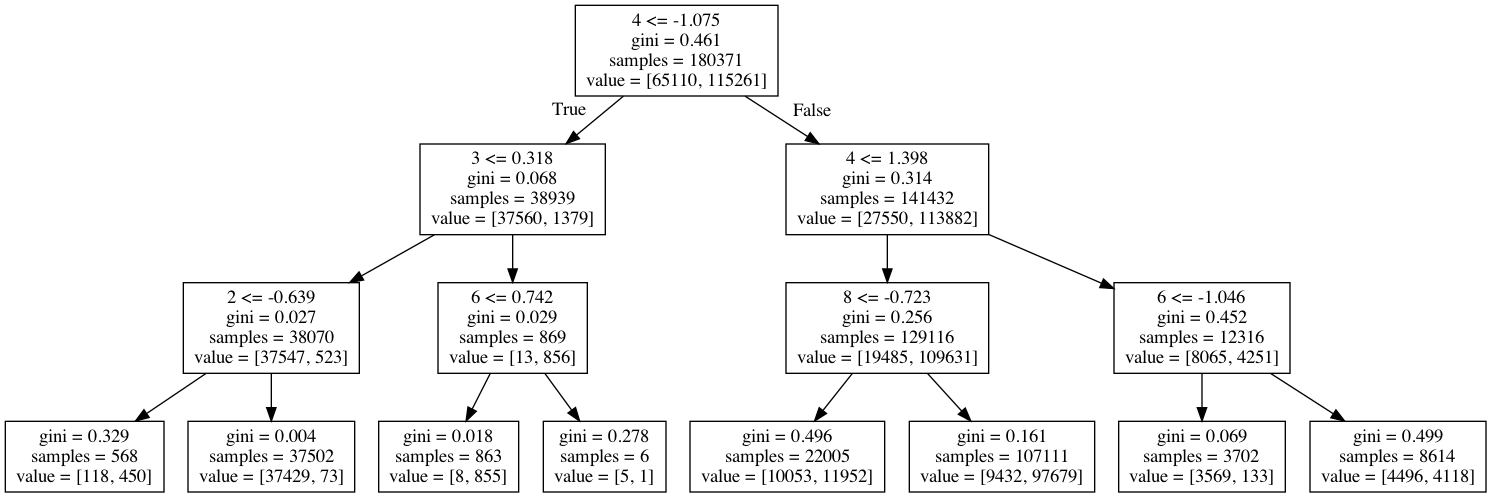
Earlier version of the Graphviz export 5.ML_Models/baseline/images/decisionTree_pca.png (divyaKh/CMPE255Project). Its source is kept beside it as 5.ML_Models/baseline/images/decisionTree_pca.dot. The source it was exported from:
```dot
digraph Tree {
node [shape=box] ;
0 [label="4 <= -1.075\ngini = 0.461\nsamples = 180371\nvalue = [65110, 115261]"] ;
1 [label="3 <= 0.318\ngini = 0.068\nsamples = 38939\nvalue = [37560, 1379]"] ;
0 -> 1 [labeldistance=2.5, labelangle=45, headlabel="True"] ;
2 [label="2 <= -0.639\ngini = 0.027\nsamples = 38070\nvalue = [37547, 523]"] ;
1 -> 2 ;
3 [label="gini = 0.329\nsamples = 568\nvalue = [118, 450]"] ;
2 -> 3 ;
4 [label="gini = 0.004\nsamples = 37502\nvalue = [37429, 73]"] ;
2 -> 4 ;
5 [label="6 <= 0.742\ngini = 0.029\nsamples = 869\nvalue = [13, 856]"] ;
1 -> 5 ;
6 [label="gini = 0.018\nsamples = 863\nvalue = [8, 855]"] ;
5 -> 6 ;
7 [label="gini = 0.278\nsamples = 6\nvalue = [5, 1]"] ;
5 -> 7 ;
8 [label="4 <= 1.398\ngini = 0.314\nsamples = 141432\nvalue = [27550, 113882]"] ;
0 -> 8 [labeldistance=2.5, labelangle=-45, headlabel="False"] ;
9 [label="8 <= -0.723\ngini = 0.256\nsamples = 129116\nvalue = [19485, 109631]"] ;
8 -> 9 ;
10 [label="gini = 0.496\nsamples = 22005\nvalue = [10053, 11952]"] ;
9 -> 10 ;
11 [label="gini = 0.161\nsamples = 107111\nvalue = [9432, 97679]"] ;
9 -> 11 ;
12 [label="6 <= -1.046\ngini = 0.452\nsamples = 12316\nvalue = [8065, 4251]"] ;
8 -> 12 ;
13 [label="gini = 0.069\nsamples = 3702\nvalue = [3569, 133]"] ;
12 -> 13 ;
14 [label="gini = 0.499\nsamples = 8614\nvalue = [4496, 4118]"] ;
12 -> 14 ;
}
```
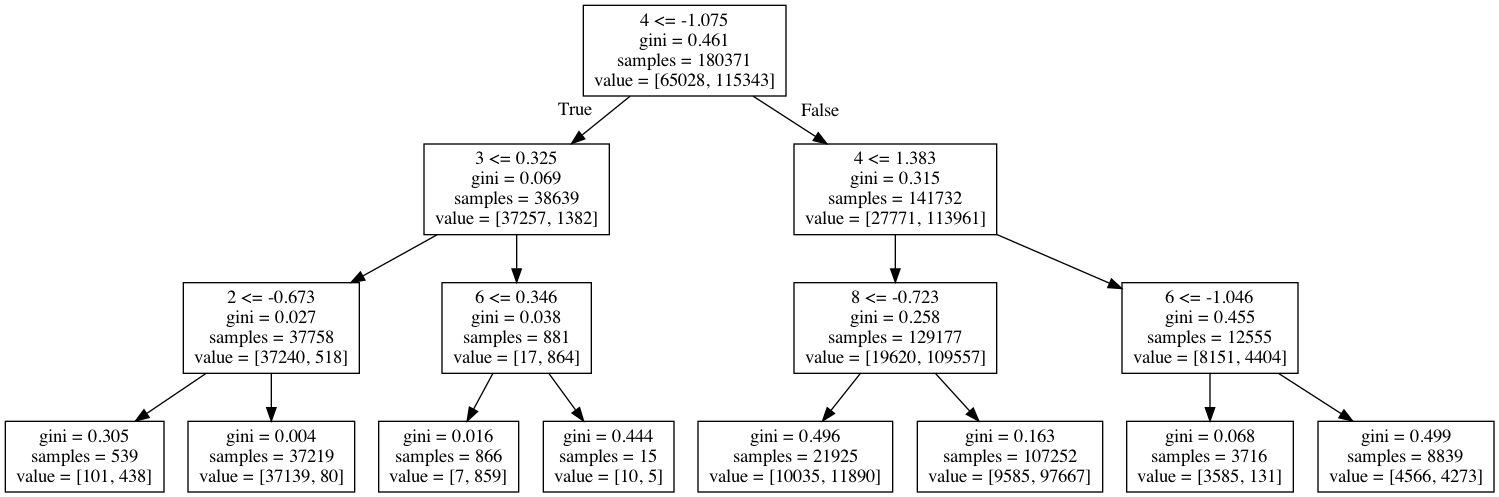
The same diagram one commit later.

The edit, as a diff of the source:
```diff
@@ -1,32 +1,32 @@
 digraph Tree {
 node [shape=box] ;
-0 [label="4 <= -1.075\ngini = 0.461\nsamples = 180371\nvalue = [65110, 115261]"] ;
-1 [label="3 <= 0.318\ngini = 0.068\nsamples = 38939\nvalue = [37560, 1379]"] ;
+0 [label="4 <= -1.075\ngini = 0.461\nsamples = 180371\nvalue = [65028, 115343]"] ;
+1 [label="3 <= 0.325\ngini = 0.069\nsamples = 38639\nvalue = [37257, 1382]"] ;
 0 -> 1 [labeldistance=2.5, labelangle=45, headlabel="True"] ;
-2 [label="2 <= -0.639\ngini = 0.027\nsamples = 38070\nvalue = [37547, 523]"] ;
+2 [label="2 <= -0.673\ngini = 0.027\nsamples = 37758\nvalue = [37240, 518]"] ;
 1 -> 2 ;
-3 [label="gini = 0.329\nsamples = 568\nvalue = [118, 450]"] ;
+3 [label="gini = 0.305\nsamples = 539\nvalue = [101, 438]"] ;
 2 -> 3 ;
-4 [label="gini = 0.004\nsamples = 37502\nvalue = [37429, 73]"] ;
+4 [label="gini = 0.004\nsamples = 37219\nvalue = [37139, 80]"] ;
 2 -> 4 ;
-5 [label="6 <= 0.742\ngini = 0.029\nsamples = 869\nvalue = [13, 856]"] ;
+5 [label="6 <= 0.346\ngini = 0.038\nsamples = 881\nvalue = [17, 864]"] ;
 1 -> 5 ;
-6 [label="gini = 0.018\nsamples = 863\nvalue = [8, 855]"] ;
+6 [label="gini = 0.016\nsamples = 866\nvalue = [7, 859]"] ;
 5 -> 6 ;
-7 [label="gini = 0.278\nsamples = 6\nvalue = [5, 1]"] ;
+7 [label="gini = 0.444\nsamples = 15\nvalue = [10, 5]"] ;
 5 -> 7 ;
-8 [label="4 <= 1.398\ngini = 0.314\nsamples = 141432\nvalue = [27550, 113882]"] ;
+8 [label="4 <= 1.383\ngini = 0.315\nsamples = 141732\nvalue = [27771, 113961]"] ;
 0 -> 8 [labeldistance=2.5, labelangle=-45, headlabel="False"] ;
-9 [label="8 <= -0.723\ngini = 0.256\nsamples = 129116\nvalue = [19485, 109631]"] ;
+9 [label="8 <= -0.723\ngini = 0.258\nsamples = 129177\nvalue = [19620, 109557]"] ;
 8 -> 9 ;
-10 [label="gini = 0.496\nsamples = 22005\nvalue = [10053, 11952]"] ;
+10 [label="gini = 0.496\nsamples = 21925\nvalue = [10035, 11890]"] ;
 9 -> 10 ;
-11 [label="gini = 0.161\nsamples = 107111\nvalue = [9432, 97679]"] ;
+11 [label="gini = 0.163\nsamples = 107252\nvalue = [9585, 97667]"] ;
 9 -> 11 ;
-12 [label="6 <= -1.046\ngini = 0.452\nsamples = 12316\nvalue = [8065, 4251]"] ;
+12 [label="6 <= -1.046\ngini = 0.455\nsamples = 12555\nvalue = [8151, 4404]"] ;
 8 -> 12 ;
-13 [label="gini = 0.069\nsamples = 3702\nvalue = [3569, 133]"] ;
+13 [label="gini = 0.068\nsamples = 3716\nvalue = [3585, 131]"] ;
 12 -> 13 ;
-14 [label="gini = 0.499\nsamples = 8614\nvalue = [4496, 4118]"] ;
+14 [label="gini = 0.499\nsamples = 8839\nvalue = [4566, 4273]"] ;
 12 -> 14 ;
 }
```
